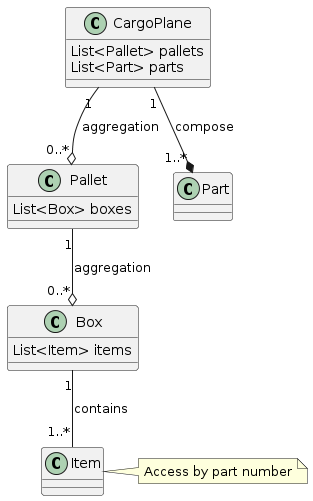
wannaflyhigh/Object-Oriented-Programming keeps this PlantUML diagram as hw2/1b.png. Above is the earlier version.
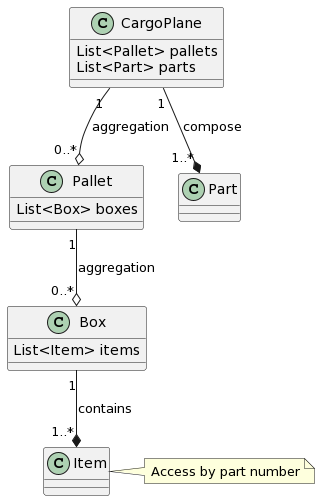
Above is the later version.

The edit, as a diff of the source:
```diff
@@ -20,5 +20,5 @@
 CargoPlane "1" --o "0..*" Pallet : aggregation
 Pallet "1" --o "0..*" Box : aggregation
 CargoPlane "1" --* "1..*" Part : compose
-Box "1" -- "1..*" Item : contains
+Box "1" --* "1..*" Item : contains
 @enduml
```
